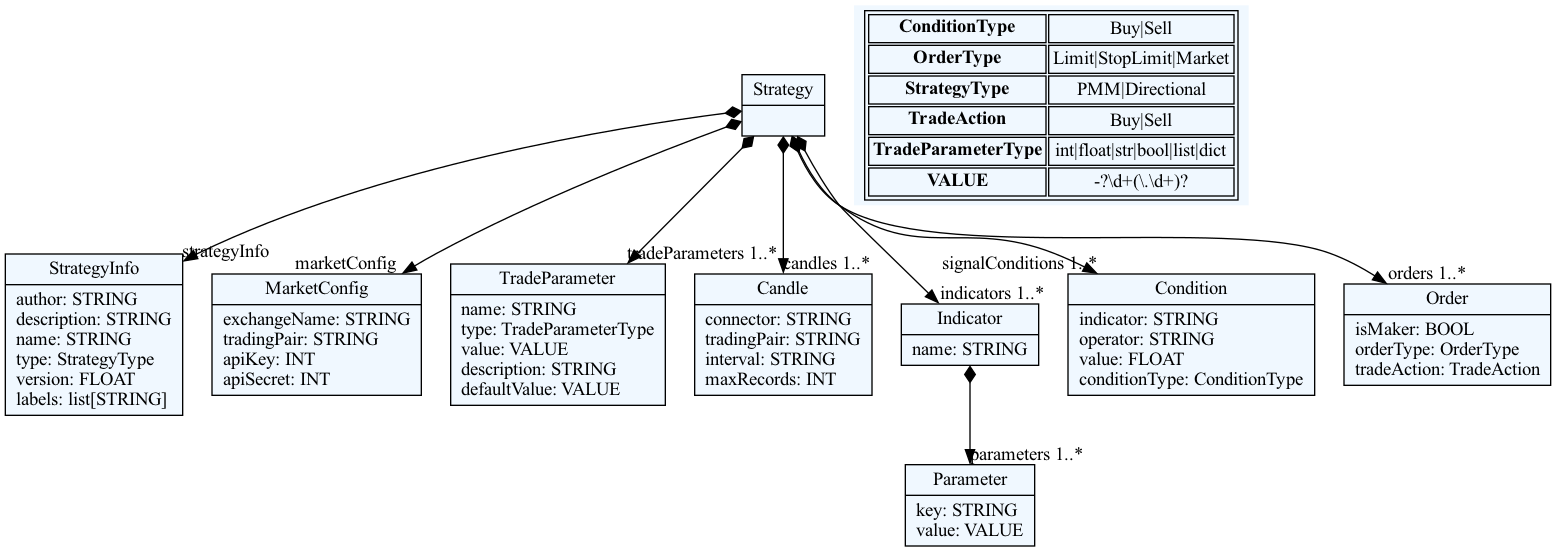
This is textx/grammar.dot.png from christos99/custom_hummingbot_HFCTB_DSL, a Graphviz export, as it was before one commit. Its source is kept beside it as textx/grammar.dot.
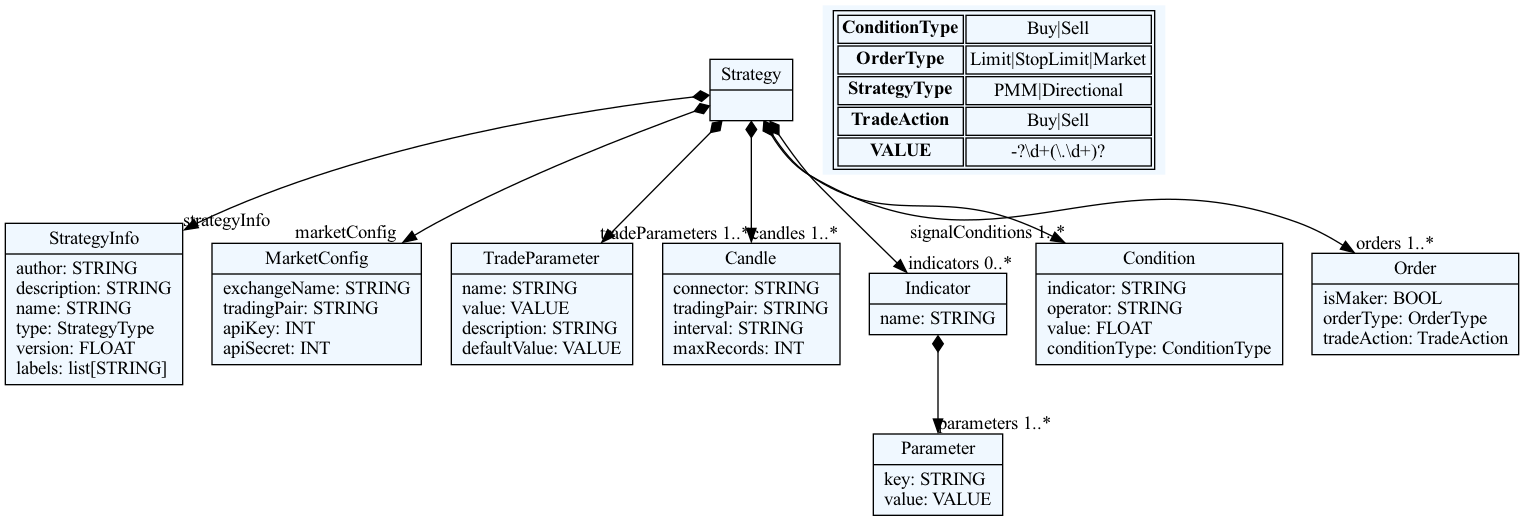
After the commit.

The edit, as a diff of the source:
```diff
@@ -10,34 +10,34 @@
     edge[dir=black,arrowtail=empty]
 
 
-4436043584[ label="{Strategy|}"]
+5098269648[ label="{Strategy|}"]
 
-4436045504[ label="{StrategyInfo|author: STRING\ldescription: STRING\lname: STRING\ltype: StrategyType\lversion: FLOAT\llabels: list[STRING]\l}"]
+5098315344[ label="{StrategyInfo|author: STRING\ldescription: STRING\lname: STRING\ltype: StrategyType\lversion: FLOAT\llabels: list[STRING]\l}"]
 
-4436050880[ label="{MarketConfig|exchangeName: STRING\ltradingPair: STRING\lapiKey: INT\lapiSecret: INT\l}"]
+5098319952[ label="{MarketConfig|exchangeName: STRING\ltradingPair: STRING\lapiKey: INT\lapiSecret: INT\l}"]
 
-4436053568[ label="{TradeParameter|name: STRING\ltype: TradeParameterType\lvalue: VALUE\ldescription: STRING\ldefaultValue: VALUE\l}"]
+5098322640[ label="{TradeParameter|name: STRING\lvalue: VALUE\ldescription: STRING\ldefaultValue: VALUE\l}"]
 
-4436058944[ label="{Candle|connector: STRING\ltradingPair: STRING\linterval: STRING\lmaxRecords: INT\l}"]
+5098325328[ label="{Candle|connector: STRING\ltradingPair: STRING\linterval: STRING\lmaxRecords: INT\l}"]
 
-4436061632[ label="{Indicator|name: STRING\l}"]
+5098328016[ label="{Indicator|name: STRING\l}"]
 
-4436064320[ label="{Parameter|key: STRING\lvalue: VALUE\l}"]
+5098330704[ label="{Parameter|key: STRING\lvalue: VALUE\l}"]
 
-4436067008[ label="{Condition|indicator: STRING\loperator: STRING\lvalue: FLOAT\lconditionType: ConditionType\l}"]
+5098333392[ label="{Condition|indicator: STRING\loperator: STRING\lvalue: FLOAT\lconditionType: ConditionType\l}"]
 
-4436072384[ label="{Order|isMaker: BOOL\lorderType: OrderType\ltradeAction: TradeAction\l}"]
+5098338768[ label="{Order|isMaker: BOOL\lorderType: OrderType\ltradeAction: TradeAction\l}"]
 
 
 
-4436043584 -> 4436045504[arrowtail=diamond, dir=both, headlabel="strategyInfo "]
-4436043584 -> 4436050880[arrowtail=diamond, dir=both, headlabel="marketConfig "]
-4436043584 -> 4436053568[arrowtail=diamond, dir=both, headlabel="tradeParameters 1..*"]
-4436043584 -> 4436058944[arrowtail=diamond, dir=both, headlabel="candles 1..*"]
-4436043584 -> 4436061632[arrowtail=diamond, dir=both, headlabel="indicators 1..*"]
-4436043584 -> 4436067008[arrowtail=diamond, dir=both, headlabel="signalConditions 1..*"]
-4436043584 -> 4436072384[arrowtail=diamond, dir=both, headlabel="orders 1..*"]
-4436061632 -> 4436064320[arrowtail=diamond, dir=both, headlabel="parameters 1..*"]
+5098269648 -> 5098315344[arrowtail=diamond, dir=both, headlabel="strategyInfo "]
+5098269648 -> 5098319952[arrowtail=diamond, dir=both, headlabel="marketConfig "]
+5098269648 -> 5098322640[arrowtail=diamond, dir=both, headlabel="tradeParameters 1..*"]
+5098269648 -> 5098325328[arrowtail=diamond, dir=both, headlabel="candles 1..*"]
+5098269648 -> 5098328016[arrowtail=diamond, dir=both, headlabel="indicators 0..*"]
+5098269648 -> 5098333392[arrowtail=diamond, dir=both, headlabel="signalConditions 1..*"]
+5098269648 -> 5098338768[arrowtail=diamond, dir=both, headlabel="orders 1..*"]
+5098328016 -> 5098330704[arrowtail=diamond, dir=both, headlabel="parameters 1..*"]
 match_rules [ shape=plaintext, label=< <table>
 	<tr>
 		<td><b>ConditionType</b></td><td>Buy|Sell</td>
@@ -52,9 +52,6 @@
 		<td><b>TradeAction</b></td><td>Buy|Sell</td>
 	</tr>
 	<tr>
-		<td><b>TradeParameterType</b></td><td>int|float|str|bool|list|dict</td>
-	</tr>
-	<tr>
 		<td><b>VALUE</b></td><td>-?\d+(\.\d+)?</td>
 	</tr>
 </table> >]
```
